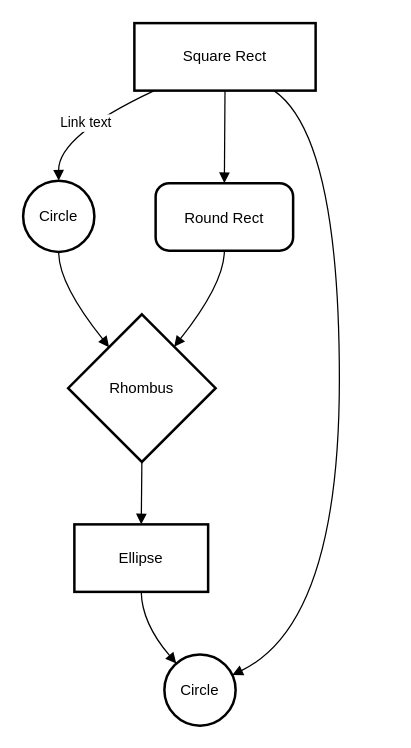
Earlier version of the draw.io diagram wa-widgets/weather/Untitled Diagram.drawio (cyprus7/webasyst-framework). Source tidied: cells renumbered, new cells numbered last; positions are measured from the earlier drawing's top-left corner, leaving out a move shared by most shapes. Both pictures are drawn from the tidied source at 125%, with x=0, y=0 at pixel (22, 22).
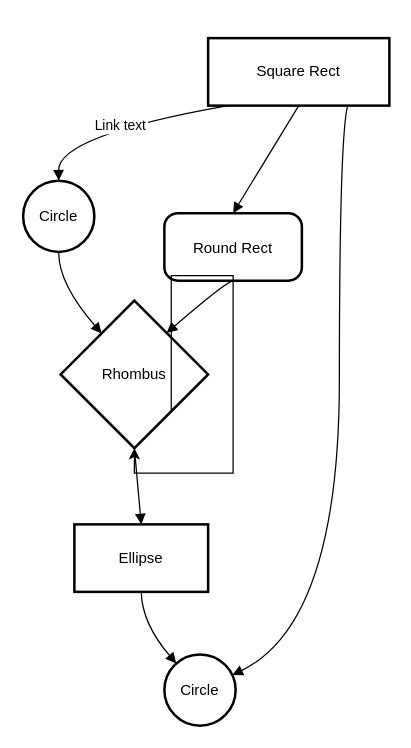
After the change.

What changed in the source:
```diff
@@
     <mxCell id="2" value="Square Rect" style="whiteSpace=wrap;strokeWidth=2;" parent="1" vertex="1">
-      <mxGeometry x="89" width="145" height="54" as="geometry" />
+      <mxGeometry x="148" y="12" width="145" height="54" as="geometry" />
     </mxCell>
@@
     <mxCell id="4" value="Round Rect" style="rounded=1;arcSize=20;strokeWidth=2;" parent="1" vertex="1">
-      <mxGeometry x="106" y="128" width="110" height="54" as="geometry" />
+      <mxGeometry x="113" y="152" width="110" height="54" as="geometry" />
     </mxCell>
     <mxCell id="5" value="Rhombus" style="rhombus;strokeWidth=2;whiteSpace=wrap;" parent="1" vertex="1">
-      <mxGeometry x="36" y="233" width="118" height="118" as="geometry" />
+      <mxGeometry x="30" y="222" width="118" height="118" as="geometry" />
     </mxCell>
@@
+    <mxCell id="15" style="edgeStyle=orthogonalEdgeStyle;rounded=0;orthogonalLoop=1;jettySize=auto;html=1;exitX=1;exitY=1;exitDx=0;exitDy=0;" parent="1" edge="1" source="5" target="5">
+      <mxGeometry relative="1" as="geometry" />
+    </mxCell>
```
